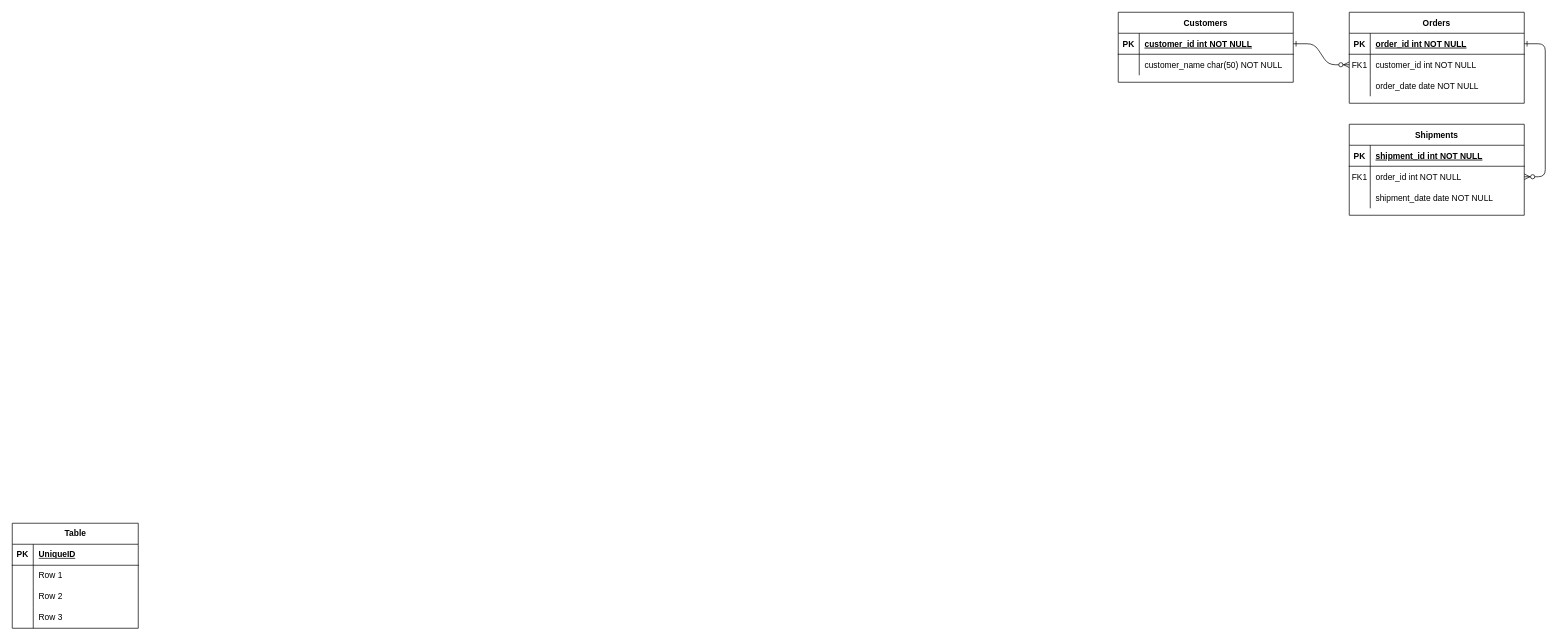
The draw.io diagram base_datos.drawio in DrAtl30/potro_citas, before the edit. Source tidied: cells renumbered, new cells numbered last; positions are measured from the earlier drawing's top-left corner, leaving out a move shared by most shapes. Both pictures are drawn from the tidied source at 70%, with x=0, y=0 at pixel (12, 12).
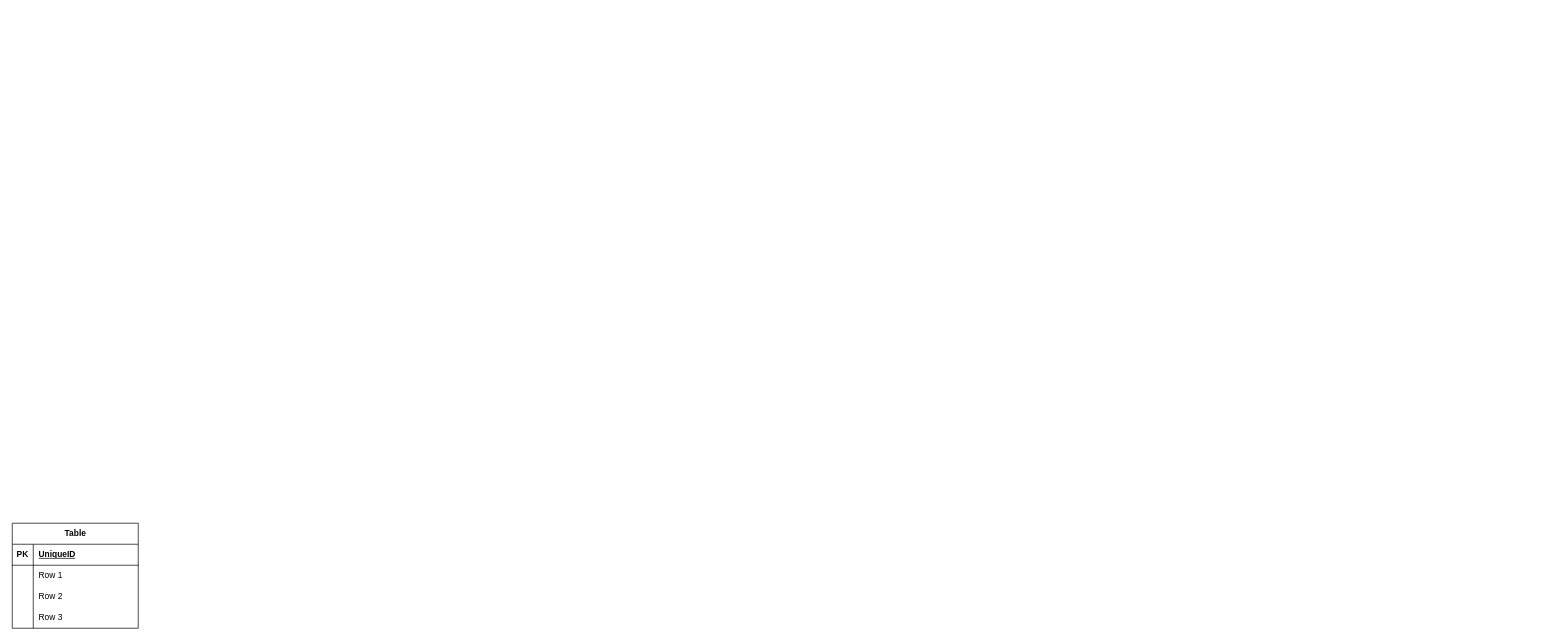
The same diagram, later.

Diff of the diagram source:
```diff
@@
-    <mxCell id="2" style="edgeStyle=entityRelationEdgeStyle;endArrow=ERzeroToMany;startArrow=ERone;endFill=1;startFill=0;" parent="1" edge="1" source="25" target="8">
-      <mxGeometry relative="1" as="geometry" />
-    </mxCell>
-    <mxCell id="3" style="edgeStyle=entityRelationEdgeStyle;endArrow=ERzeroToMany;startArrow=ERone;endFill=1;startFill=0;" parent="1" edge="1" source="5" target="18">
-      <mxGeometry relative="1" as="geometry" />
-    </mxCell>
-    <mxCell id="4" value="Orders" style="shape=table;startSize=30;childLayout=tableLayout;rowLines=0;fontStyle=1;align=center;" parent="1" vertex="1">
-      <mxGeometry x="1910" width="250" height="130" as="geometry" />
-    </mxCell>
-    <mxCell id="5" style="shape=partialRectangle;fillColor=none;points=[[0,0.5],[1,0.5]];portConstraint=eastwest;top=0;left=0;right=0;bottom=1;" parent="4" vertex="1">
-      <mxGeometry y="30" width="250" height="30" as="geometry" />
-    </mxCell>
-    <mxCell id="6" value="PK" style="shape=partialRectangle;overflow=hidden;fillColor=none;top=0;left=0;bottom=0;right=0;fontStyle=1;" parent="5" vertex="1">
-      <mxGeometry width="30" height="30" as="geometry" />
-    </mxCell>
-    <mxCell id="7" value="order_id int NOT NULL " style="shape=partialRectangle;overflow=hidden;fillColor=none;top=0;left=0;bottom=0;right=0;align=left;spacingLeft=6;fontStyle=5;" parent="5" vertex="1">
-      <mxGeometry x="30" width="220" height="30" as="geometry" />
-    </mxCell>
-    <mxCell id="8" style="shape=partialRectangle;fillColor=none;points=[[0,0.5],[1,0.5]];portConstraint=eastwest;top=0;left=0;right=0;bottom=0;" parent="4" vertex="1">
-      <mxGeometry y="60" width="250" height="30" as="geometry" />
-    </mxCell>
-    <mxCell id="9" value="FK1" style="shape=partialRectangle;overflow=hidden;fillColor=none;top=0;left=0;bottom=0;right=0;" parent="8" vertex="1">
-      <mxGeometry width="30" height="30" as="geometry" />
-    </mxCell>
-    <mxCell id="10" value="customer_id int NOT NULL" style="shape=partialRectangle;overflow=hidden;fillColor=none;top=0;left=0;bottom=0;right=0;align=left;spacingLeft=6;" parent="8" vertex="1">
-      <mxGeometry x="30" width="220" height="30" as="geometry" />
-    </mxCell>
-    <mxCell id="11" style="shape=partialRectangle;fillColor=none;top=0;left=0;right=0;bottom=0;" parent="4" vertex="1">
-      <mxGeometry y="90" width="250" height="30" as="geometry" />
-    </mxCell>
-    <mxCell id="12" style="shape=partialRectangle;overflow=hidden;fillColor=none;top=0;left=0;bottom=0;right=0;" parent="11" vertex="1">
-      <mxGeometry width="30" height="30" as="geometry" />
-    </mxCell>
-    <mxCell id="13" value="order_date date NOT NULL" style="shape=partialRectangle;overflow=hidden;fillColor=none;top=0;left=0;bottom=0;right=0;align=left;spacingLeft=6;" parent="11" vertex="1">
-      <mxGeometry x="30" width="220" height="30" as="geometry" />
-    </mxCell>
-    <mxCell id="14" value="Shipments" style="shape=table;startSize=30;childLayout=tableLayout;rowLines=0;fontStyle=1;align=center;" parent="1" vertex="1">
-      <mxGeometry x="1910" y="160" width="250" height="130" as="geometry" />
-    </mxCell>
-    <mxCell id="15" style="shape=partialRectangle;fillColor=none;top=0;left=0;right=0;bottom=1;" parent="14" vertex="1">
-      <mxGeometry y="30" width="250" height="30" as="geometry" />
-    </mxCell>
-    <mxCell id="16" value="PK" style="shape=partialRectangle;overflow=hidden;fillColor=none;top=0;left=0;bottom=0;right=0;fontStyle=1;" parent="15" vertex="1">
-      <mxGeometry width="30" height="30" as="geometry" />
-    </mxCell>
-    <mxCell id="17" value="shipment_id int NOT NULL " style="shape=partialRectangle;overflow=hidden;fillColor=none;top=0;left=0;bottom=0;right=0;align=left;spacingLeft=6;fontStyle=5;" parent="15" vertex="1">
-      <mxGeometry x="30" width="220" height="30" as="geometry" />
-    </mxCell>
-    <mxCell id="18" style="shape=partialRectangle;fillColor=none;points=[[0,0.5],[1,0.5]];portConstraint=eastwest;top=0;left=0;right=0;bottom=0;" parent="14" vertex="1">
-      <mxGeometry y="60" width="250" height="30" as="geometry" />
-    </mxCell>
-    <mxCell id="19" value="FK1" style="shape=partialRectangle;overflow=hidden;fillColor=none;top=0;left=0;bottom=0;right=0;" parent="18" vertex="1">
-      <mxGeometry width="30" height="30" as="geometry" />
-    </mxCell>
-    <mxCell id="20" value="order_id int NOT NULL" style="shape=partialRectangle;overflow=hidden;fillColor=none;top=0;left=0;bottom=0;right=0;align=left;spacingLeft=6;" parent="18" vertex="1">
-      <mxGeometry x="30" width="220" height="30" as="geometry" />
-    </mxCell>
-    <mxCell id="21" style="shape=partialRectangle;fillColor=none;top=0;left=0;right=0;bottom=0;" parent="14" vertex="1">
-      <mxGeometry y="90" width="250" height="30" as="geometry" />
-    </mxCell>
-    <mxCell id="22" style="shape=partialRectangle;overflow=hidden;fillColor=none;top=0;left=0;bottom=0;right=0;" parent="21" vertex="1">
-      <mxGeometry width="30" height="30" as="geometry" />
-    </mxCell>
-    <mxCell id="23" value="shipment_date date NOT NULL" style="shape=partialRectangle;overflow=hidden;fillColor=none;top=0;left=0;bottom=0;right=0;align=left;spacingLeft=6;" parent="21" vertex="1">
-      <mxGeometry x="30" width="220" height="30" as="geometry" />
-    </mxCell>
-    <mxCell id="24" value="Customers" style="shape=table;startSize=30;childLayout=tableLayout;rowLines=0;fontStyle=1;align=center;" parent="1" vertex="1">
-      <mxGeometry x="1580" width="250" height="100" as="geometry" />
-    </mxCell>
-    <mxCell id="25" style="shape=partialRectangle;fillColor=none;points=[[0,0.5],[1,0.5]];portConstraint=eastwest;top=0;left=0;right=0;bottom=1;" parent="24" vertex="1">
-      <mxGeometry y="30" width="250" height="30" as="geometry" />
-    </mxCell>
-    <mxCell id="26" value="PK" style="shape=partialRectangle;overflow=hidden;fillColor=none;top=0;left=0;bottom=0;right=0;fontStyle=1;" parent="25" vertex="1">
-      <mxGeometry width="30" height="30" as="geometry" />
-    </mxCell>
-    <mxCell id="27" value="customer_id int NOT NULL " style="shape=partialRectangle;overflow=hidden;fillColor=none;top=0;left=0;bottom=0;right=0;align=left;spacingLeft=6;fontStyle=5;" parent="25" vertex="1">
-      <mxGeometry x="30" width="220" height="30" as="geometry" />
-    </mxCell>
-    <mxCell id="28" style="shape=partialRectangle;fillColor=none;top=0;left=0;right=0;bottom=0;" parent="24" vertex="1">
-      <mxGeometry y="60" width="250" height="30" as="geometry" />
-    </mxCell>
-    <mxCell id="29" style="shape=partialRectangle;overflow=hidden;fillColor=none;top=0;left=0;bottom=0;right=0;" parent="28" vertex="1">
-      <mxGeometry width="30" height="30" as="geometry" />
-    </mxCell>
-    <mxCell id="30" value="customer_name char(50) NOT NULL" style="shape=partialRectangle;overflow=hidden;fillColor=none;top=0;left=0;bottom=0;right=0;align=left;spacingLeft=6;" parent="28" vertex="1">
-      <mxGeometry x="30" width="220" height="30" as="geometry" />
-    </mxCell>
```
